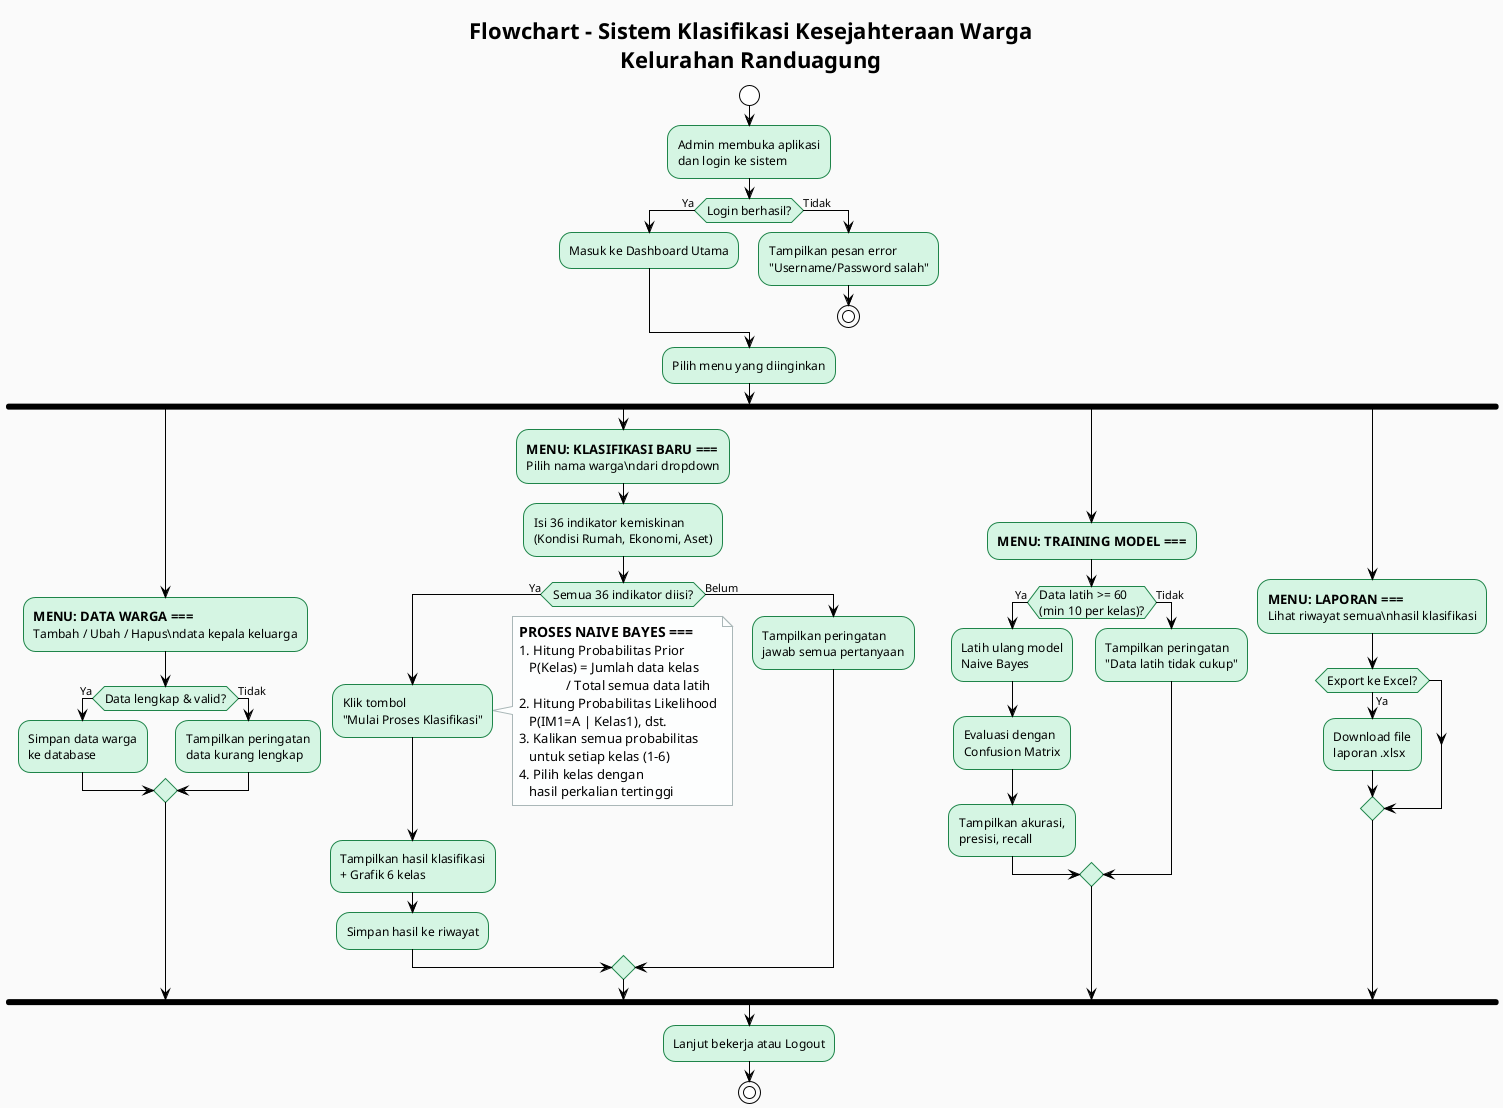
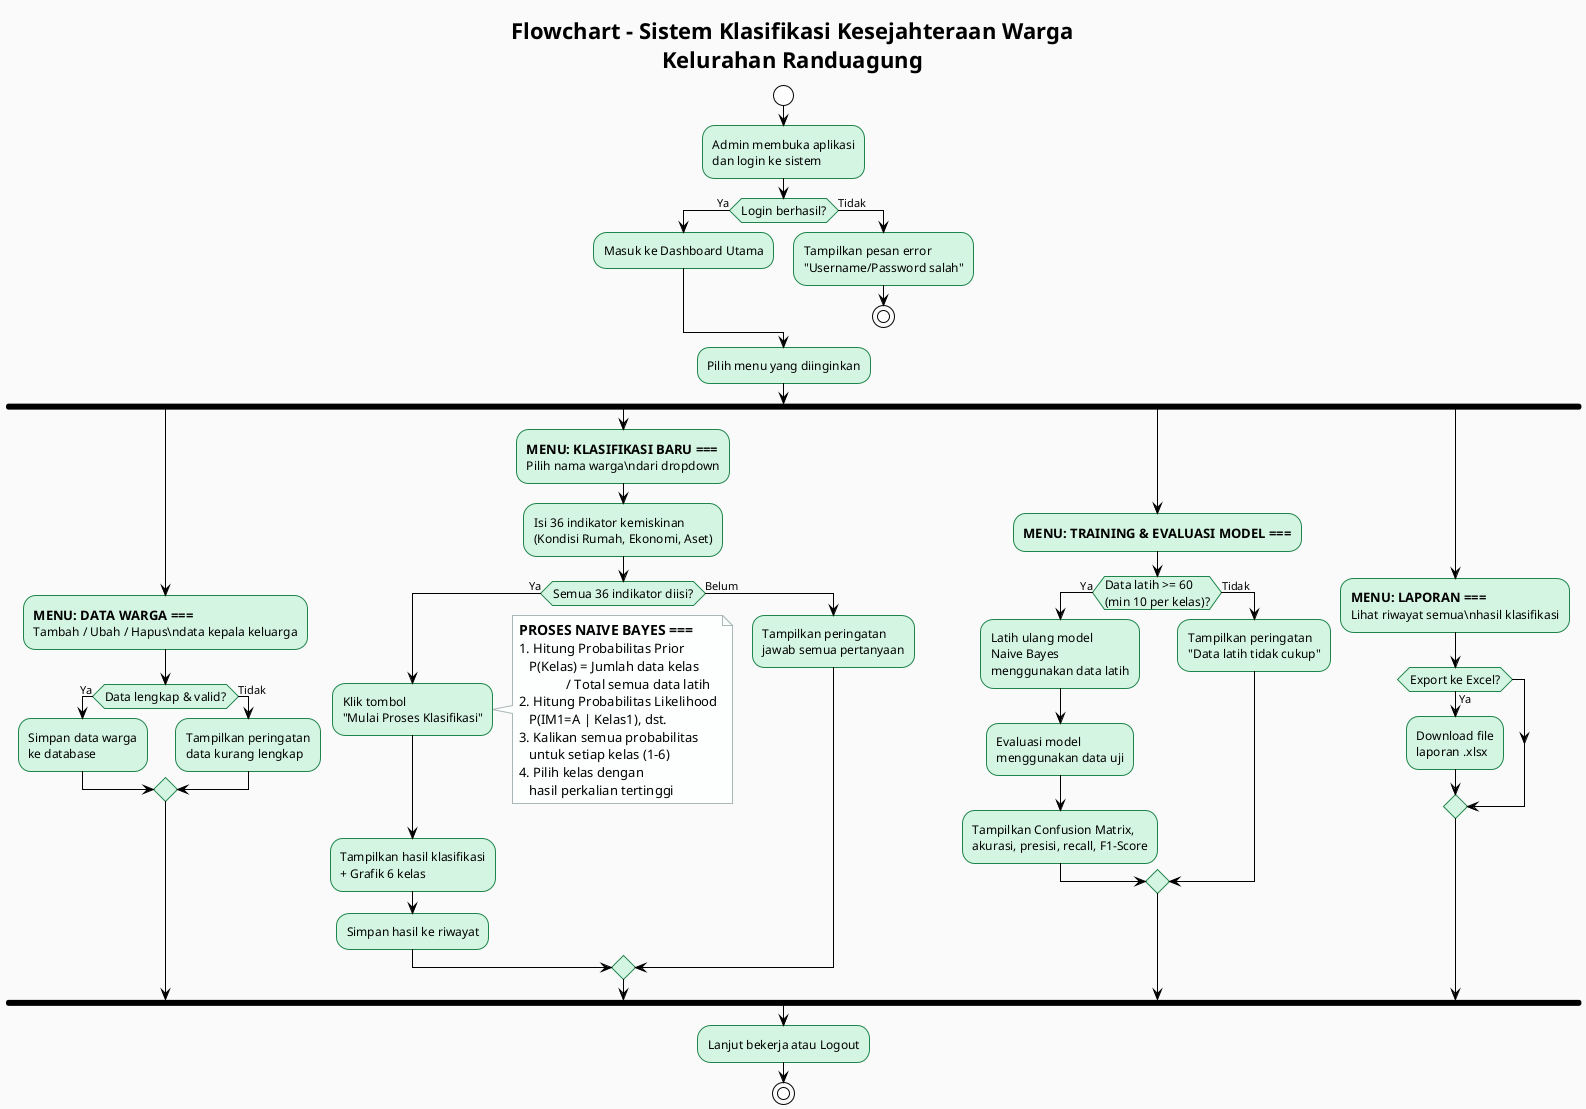
@startuml Flowchart_Sistem_Klasifikasi
!theme plain
skinparam backgroundColor #FAFAFA
skinparam activity {
    BackgroundColor #D5F5E3
    BorderColor #1E8449
    FontSize 12
}
skinparam diamond {
    BackgroundColor #FCF3CF
    BorderColor #D4AC0D
}
skinparam note {
    BackgroundColor #FDFEFE
    BorderColor #AAB7B8
}

title Flowchart - Sistem Klasifikasi Kesejahteraan Warga\nKelurahan Randuagung

start

:Admin membuka aplikasi\ndan login ke sistem;

if (Login berhasil?) then (Ya)
  :Masuk ke Dashboard Utama;
else (Tidak)
  :Tampilkan pesan error\n"Username/Password salah";
  stop
endif

:Pilih menu yang diinginkan;

fork
  :=== MENU: DATA WARGA ===
  Tambah / Ubah / Hapus\ndata kepala keluarga;
  if (Data lengkap & valid?) then (Ya)
    :Simpan data warga\nke database;
  else (Tidak)
    :Tampilkan peringatan\ndata kurang lengkap;
  endif

fork again
  :=== MENU: KLASIFIKASI BARU ===
  Pilih nama warga\ndari dropdown;
  :Isi 36 indikator kemiskinan\n(Kondisi Rumah, Ekonomi, Aset);
  if (Semua 36 indikator diisi?) then (Ya)
    :Klik tombol\n"Mulai Proses Klasifikasi";
    note right
      === PROSES NAIVE BAYES ===
      1. Hitung Probabilitas Prior
         P(Kelas) = Jumlah data kelas
                    / Total semua data latih
      2. Hitung Probabilitas Likelihood
         P(IM1=A | Kelas1), dst.
      3. Kalikan semua probabilitas
         untuk setiap kelas (1-6)
      4. Pilih kelas dengan
         hasil perkalian tertinggi
    end note
    :Tampilkan hasil klasifikasi\n+ Grafik 6 kelas;
    :Simpan hasil ke riwayat;
  else (Belum)
    :Tampilkan peringatan\njawab semua pertanyaan;
  endif

fork again
-   :=== MENU: TRAINING MODEL ===;
+   :=== MENU: TRAINING & EVALUASI MODEL ===;
  if (Data latih >= 60\n(min 10 per kelas)?) then (Ya)
-     :Latih ulang model\nNaive Bayes;
-     :Evaluasi dengan\nConfusion Matrix;
-     :Tampilkan akurasi,\npresisi, recall;
+     :Latih ulang model\nNaive Bayes\nmenggunakan data latih;
+     :Evaluasi model\nmenggunakan data uji;
+     :Tampilkan Confusion Matrix,\nakurasi, presisi, recall, F1-Score;
  else (Tidak)
    :Tampilkan peringatan\n"Data latih tidak cukup";
  endif

fork again
  :=== MENU: LAPORAN ===
  Lihat riwayat semua\nhasil klasifikasi;
  if (Export ke Excel?) then (Ya)
    :Download file\nlaporan .xlsx;
  endif

end fork

:Lanjut bekerja atau Logout;

stop

@enduml
